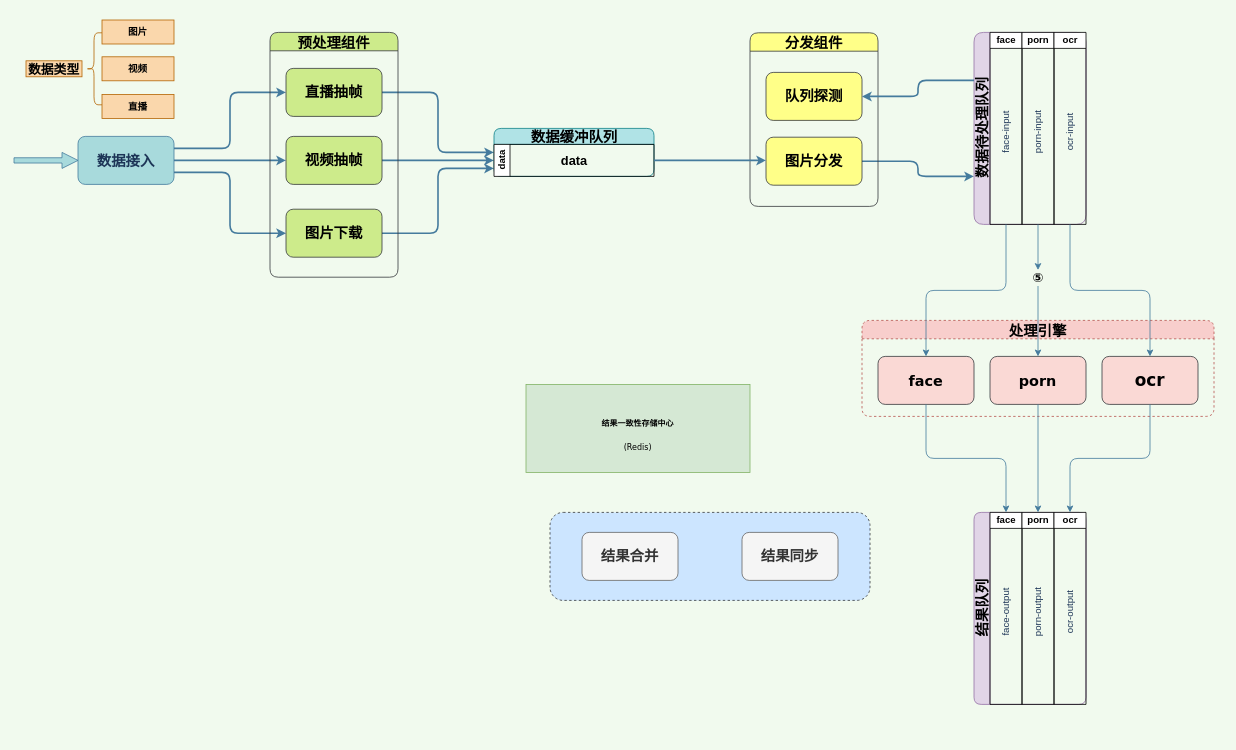
Before: engine_system/engine_system_architecture_v2.drawio in xwzj01ht/diagrams, a draw.io diagram. Source tidied: cells renumbered, new cells numbered last; positions are measured from the earlier drawing's top-left corner, leaving out a move shared by most shapes. Both pictures are drawn from the tidied source at 80%, with x=0, y=0 at pixel (14, 19).
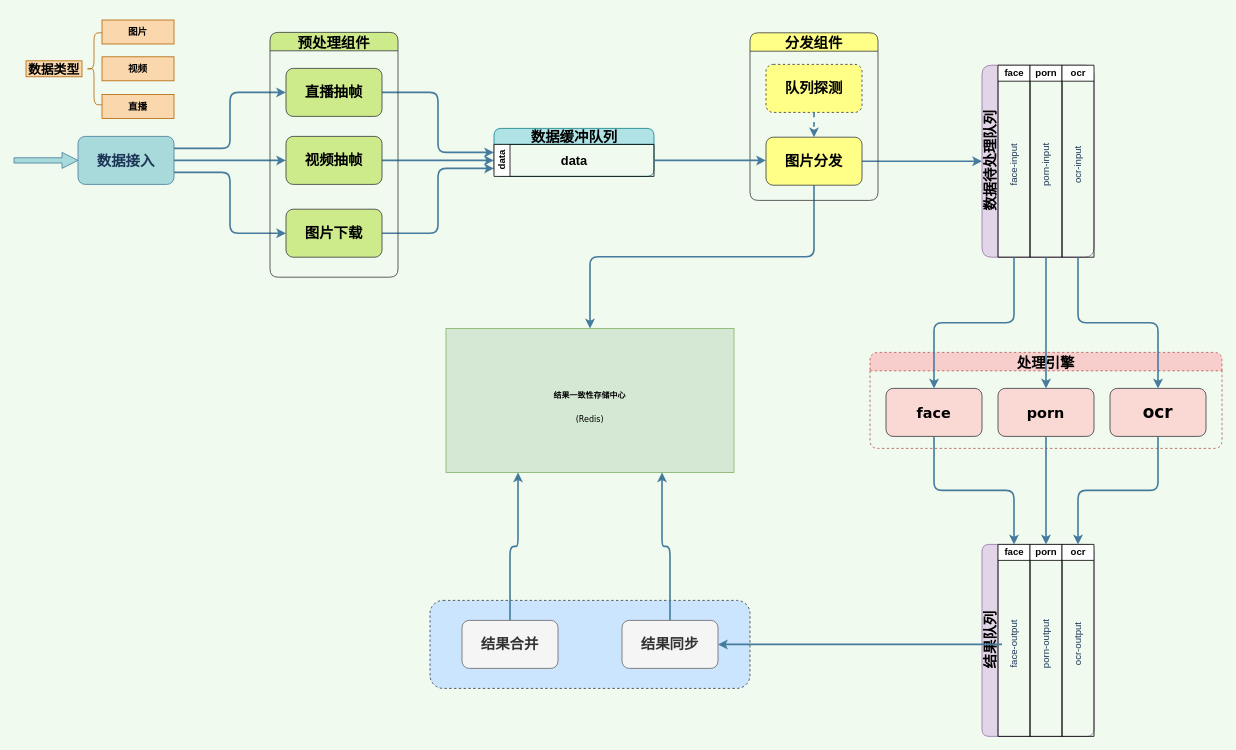
After the change.

Unchanged cells that the change refers to:
```xml
<mxCell id="20" value="&lt;h3 style=&quot;font-size: 18px&quot;&gt;图片分发&lt;/h3&gt;" style="rounded=1;whiteSpace=wrap;html=1;sketch=0;strokeColor=#36393d;fillColor=#ffff88;" parent="1" vertex="1">
  <mxGeometry x="940" y="147" width="120" height="60" as="geometry" />
</mxCell>
<mxCell id="22" value="&lt;h3&gt;&lt;font style=&quot;font-size: 18px&quot;&gt;face&lt;/font&gt;&lt;/h3&gt;" style="rounded=1;whiteSpace=wrap;html=1;shadow=0;glass=0;sketch=0;fillColor=#fad9d5;fontFamily=Verdana;fontSize=18;strokeColor=#36393D;" parent="21" vertex="1">
  <mxGeometry x="20" y="45" width="120" height="60" as="geometry" />
</mxCell>
<mxCell id="23" value="&lt;h3&gt;&lt;font style=&quot;font-size: 18px&quot;&gt;porn&lt;/font&gt;&lt;/h3&gt;" style="rounded=1;whiteSpace=wrap;html=1;shadow=0;glass=0;sketch=0;fillColor=#fad9d5;fontFamily=Verdana;fontSize=18;strokeColor=#36393D;" parent="21" vertex="1">
  <mxGeometry x="160" y="45" width="120" height="60" as="geometry" />
</mxCell>
<mxCell id="24" value="&lt;h3&gt;ocr&lt;/h3&gt;" style="rounded=1;whiteSpace=wrap;html=1;shadow=0;glass=0;sketch=0;fillColor=#fad9d5;fontFamily=Verdana;fontSize=18;strokeColor=#36393D;" parent="21" vertex="1">
  <mxGeometry x="300" y="45" width="120" height="60" as="geometry" />
</mxCell>
<mxCell id="29" value="data" style="swimlane;html=1;startSize=20;horizontal=0;" parent="28" vertex="1">
  <mxGeometry y="20" width="200" height="40" as="geometry" />
</mxCell>
<mxCell id="35" value="face" style="swimlane;html=1;startSize=20;" parent="34" vertex="1">
  <mxGeometry x="20" width="40" height="240" as="geometry" />
</mxCell>
<mxCell id="37" value="porn" style="swimlane;html=1;startSize=20;" parent="34" vertex="1">
  <mxGeometry x="60" width="40" height="240" as="geometry" />
</mxCell>
<mxCell id="39" value="ocr" style="swimlane;html=1;startSize=20;" parent="34" vertex="1">
  <mxGeometry x="100" width="40" height="240" as="geometry" />
</mxCell>
<mxCell id="42" value="face" style="swimlane;html=1;startSize=20;" parent="41" vertex="1">
  <mxGeometry x="20" width="40" height="240" as="geometry" />
</mxCell>
<mxCell id="43" value="face-output" style="text;html=1;align=center;verticalAlign=middle;points=[];fontColor=#1D3557;horizontal=0;" parent="42" vertex="1">
  <mxGeometry x="5" y="90" width="30" height="70" as="geometry" />
</mxCell>
<mxCell id="44" value="porn" style="swimlane;html=1;startSize=20;" parent="41" vertex="1">
  <mxGeometry x="60" width="40" height="240" as="geometry" />
</mxCell>
<mxCell id="46" value="ocr" style="swimlane;html=1;startSize=20;" parent="41" vertex="1">
  <mxGeometry x="100" width="40" height="240" as="geometry" />
</mxCell>
```

Change to the diagram source:
```diff
@@
     <mxCell id="2" style="rounded=1;whiteSpace=wrap;html=1;strokeColor=#36393d;strokeWidth=1;fillColor=#cce5ff;dashed=1;" parent="1" vertex="1">
-      <mxGeometry x="670" y="616" width="400" height="110" as="geometry" />
+      <mxGeometry x="520" y="726" width="400" height="110" as="geometry" />
     </mxCell>
@@
-    <mxCell id="19" style="edgeStyle=orthogonalEdgeStyle;rounded=1;jettySize=auto;html=1;exitX=1;exitY=0.5;exitDx=0;exitDy=0;entryX=0;entryY=0.75;entryDx=0;entryDy=0;strokeColor=#457B9D;strokeWidth=2;" parent="1" edge="1" source="20" target="34">
+    <mxCell id="19" style="edgeStyle=orthogonalEdgeStyle;rounded=1;jettySize=auto;html=1;exitX=1;exitY=0.5;exitDx=0;exitDy=0;entryX=0;entryY=0.5;entryDx=0;entryDy=0;strokeColor=#457B9D;strokeWidth=2;" parent="1" edge="1" source="20" target="34">
       <mxGeometry relative="1" as="geometry" />
     </mxCell>
+    <mxCell id="58" style="edgeStyle=orthogonalEdgeStyle;rounded=1;jettySize=auto;html=1;exitX=0.5;exitY=1;exitDx=0;exitDy=0;entryX=0.5;entryY=0;entryDx=0;entryDy=0;strokeColor=#457B9D;strokeWidth=2;" parent="1" edge="1" source="20" target="25">
+      <mxGeometry relative="1" as="geometry" />
+    </mxCell>
@@
     <mxCell id="21" value="处理引擎" style="swimlane;rounded=1;shadow=0;glass=0;dashed=1;sketch=0;strokeColor=#b85450;fillColor=#f8cecc;fontSize=18;fontFamily=Verdana;" parent="1" vertex="1">
-      <mxGeometry x="1060" y="376" width="440" height="120" as="geometry" />
+      <mxGeometry x="1070" y="416" width="440" height="120" as="geometry" />
     </mxCell>
@@
     <mxCell id="25" value="&lt;h3&gt;&lt;font face=&quot;Verdana&quot; size=&quot;1&quot;&gt;结果一致性存储中心&lt;/font&gt;&lt;/h3&gt;&lt;div&gt;&lt;font face=&quot;Verdana&quot; size=&quot;1&quot;&gt;(Redis)&lt;/font&gt;&lt;/div&gt;" style="rounded=0;whiteSpace=wrap;html=1;strokeColor=#82b366;strokeWidth=1;fillColor=#d5e8d4;" parent="1" vertex="1">
-      <mxGeometry x="640" y="456" width="280" height="110" as="geometry" />
+      <mxGeometry x="540" y="386" width="360" height="180" as="geometry" />
     </mxCell>
+    <mxCell id="59" style="edgeStyle=orthogonalEdgeStyle;rounded=1;jettySize=auto;html=1;exitX=0.5;exitY=0;exitDx=0;exitDy=0;entryX=0.75;entryY=1;entryDx=0;entryDy=0;strokeColor=#457B9D;strokeWidth=2;" parent="1" edge="1" source="26" target="25">
+      <mxGeometry relative="1" as="geometry" />
+    </mxCell>
     <mxCell id="26" value="&lt;h3 style=&quot;font-size: 18px&quot;&gt;&lt;font face=&quot;Verdana&quot;&gt;结果同步&lt;/font&gt;&lt;/h3&gt;" style="rounded=1;whiteSpace=wrap;html=1;strokeColor=#666666;strokeWidth=1;fillColor=#f5f5f5;fontColor=#333333;" parent="1" vertex="1">
-      <mxGeometry x="910" y="641" width="120" height="60" as="geometry" />
+      <mxGeometry x="760" y="751" width="120" height="60" as="geometry" />
     </mxCell>
+    <mxCell id="60" style="edgeStyle=orthogonalEdgeStyle;rounded=1;jettySize=auto;html=1;entryX=0.25;entryY=1;entryDx=0;entryDy=0;strokeColor=#457B9D;strokeWidth=2;" parent="1" edge="1" source="27" target="25">
+      <mxGeometry relative="1" as="geometry" />
+    </mxCell>
     <mxCell id="27" value="&lt;h3 style=&quot;font-size: 18px&quot;&gt;&lt;font face=&quot;Verdana&quot;&gt;结果合并&lt;/font&gt;&lt;/h3&gt;" style="rounded=1;whiteSpace=wrap;html=1;strokeColor=#666666;strokeWidth=1;fillColor=#f5f5f5;fontColor=#333333;" parent="1" vertex="1">
-      <mxGeometry x="710" y="641" width="120" height="60" as="geometry" />
+      <mxGeometry x="560" y="751" width="120" height="60" as="geometry" />
     </mxCell>
@@
     <mxCell id="32" value="分发组件" style="swimlane;rounded=1;fontFamily=Verdana;fontSize=18;fillColor=#ffff88;strokeColor=#36393d;startSize=23;" parent="1" vertex="1">
-      <mxGeometry x="920" y="16.5" width="160" height="217" as="geometry" />
+      <mxGeometry x="920" y="16.5" width="160" height="209.5" as="geometry" />
     </mxCell>
-    <mxCell id="33" value="&lt;h3&gt;&lt;font style=&quot;font-size: 18px&quot;&gt;队列探测&lt;/font&gt;&lt;/h3&gt;" style="rounded=1;whiteSpace=wrap;html=1;fontFamily=Verdana;fontSize=16;fillColor=#ffff88;strokeColor=#36393d;" parent="32" vertex="1">
-      <mxGeometry x="20" y="49.5" width="120" height="60" as="geometry" />
+    <mxCell id="33" value="&lt;h3&gt;&lt;font style=&quot;font-size: 18px&quot;&gt;队列探测&lt;/font&gt;&lt;/h3&gt;" style="rounded=1;whiteSpace=wrap;html=1;fontFamily=Verdana;fontSize=16;fillColor=#ffff88;strokeColor=#36393d;dashed=1;" parent="32" vertex="1">
+      <mxGeometry x="20" y="39.5" width="120" height="60" as="geometry" />
     </mxCell>
     <mxCell id="34" value="&lt;h3&gt;&lt;font style=&quot;font-size: 18px&quot; face=&quot;Verdana&quot;&gt;数据待处理队列&lt;/font&gt;&lt;/h3&gt;" style="swimlane;html=1;startSize=20;horizontal=0;fillColor=#e1d5e7;strokeColor=#9673a6;rounded=1;arcSize=20;" parent="1" vertex="1">
-      <mxGeometry x="1200" y="16" width="140" height="240" as="geometry" />
+      <mxGeometry x="1210" y="57" width="140" height="240" as="geometry" />
     </mxCell>
@@
     <mxCell id="41" value="&lt;h3&gt;&lt;font style=&quot;font-size: 18px&quot; face=&quot;Verdana&quot;&gt;结果队列&lt;/font&gt;&lt;/h3&gt;" style="swimlane;html=1;startSize=20;horizontal=0;fillColor=#e1d5e7;strokeColor=#9673a6;rounded=1;" parent="1" vertex="1">
-      <mxGeometry x="1200" y="616" width="140" height="240" as="geometry" />
+      <mxGeometry x="1210" y="656" width="140" height="240" as="geometry" />
     </mxCell>
@@
-    <mxCell id="48" style="edgeStyle=orthogonalEdgeStyle;rounded=1;jettySize=auto;html=1;exitX=0.5;exitY=1;exitDx=0;exitDy=0;entryX=0.5;entryY=0;entryDx=0;entryDy=0;strokeColor=#457B9D;fontFamily=Verdana;fontSize=18;" parent="1" edge="1" source="54" target="23">
-      <mxGeometry relative="1" as="geometry" />
-    </mxCell>
+    <mxCell id="56" style="edgeStyle=orthogonalEdgeStyle;rounded=1;jettySize=auto;html=1;exitX=1;exitY=0.5;exitDx=0;exitDy=0;strokeColor=#457B9D;strokeWidth=2;" parent="1" edge="1" source="29">
+      <mxGeometry relative="1" as="geometry">
+        <mxPoint x="940" y="176" as="targetPoint" />
+      </mxGeometry>
+    </mxCell>
+    <mxCell id="61" style="edgeStyle=orthogonalEdgeStyle;rounded=1;jettySize=auto;html=1;exitX=0.5;exitY=1;exitDx=0;exitDy=0;entryX=0.5;entryY=0;entryDx=0;entryDy=0;strokeColor=#457B9D;strokeWidth=2;dashed=1;" parent="1" edge="1" source="33" target="20">
+      <mxGeometry relative="1" as="geometry" />
+    </mxCell>
+    <mxCell id="62" style="edgeStyle=orthogonalEdgeStyle;rounded=1;jettySize=auto;html=1;exitX=0.5;exitY=1;exitDx=0;exitDy=0;entryX=0.5;entryY=0;entryDx=0;entryDy=0;strokeColor=#457B9D;strokeWidth=2;" parent="1" edge="1" source="37" target="23">
+      <mxGeometry relative="1" as="geometry" />
+    </mxCell>
-    <mxCell id="49" style="edgeStyle=orthogonalEdgeStyle;rounded=1;jettySize=auto;html=1;exitX=0.5;exitY=1;exitDx=0;exitDy=0;entryX=0.5;entryY=0;entryDx=0;entryDy=0;strokeColor=#457B9D;fontFamily=Verdana;fontSize=18;" parent="1" edge="1" source="35" target="22">
+    <mxCell id="49" style="edgeStyle=orthogonalEdgeStyle;rounded=1;jettySize=auto;html=1;exitX=0.5;exitY=1;exitDx=0;exitDy=0;entryX=0.5;entryY=0;entryDx=0;entryDy=0;strokeColor=#457B9D;strokeWidth=2;" parent="1" edge="1" source="35" target="22">
       <mxGeometry relative="1" as="geometry" />
     </mxCell>
-    <mxCell id="50" style="edgeStyle=orthogonalEdgeStyle;rounded=1;jettySize=auto;html=1;exitX=0.5;exitY=1;exitDx=0;exitDy=0;entryX=0.5;entryY=0;entryDx=0;entryDy=0;strokeColor=#457B9D;fontFamily=Verdana;fontSize=18;" parent="1" edge="1" source="39" target="24">
+    <mxCell id="50" style="edgeStyle=orthogonalEdgeStyle;rounded=1;jettySize=auto;html=1;exitX=0.5;exitY=1;exitDx=0;exitDy=0;strokeColor=#457B9D;strokeWidth=2;" parent="1" edge="1" source="39" target="24">
       <mxGeometry relative="1" as="geometry" />
     </mxCell>
-    <mxCell id="51" style="edgeStyle=orthogonalEdgeStyle;rounded=1;jettySize=auto;html=1;exitX=0.5;exitY=1;exitDx=0;exitDy=0;entryX=0.5;entryY=0;entryDx=0;entryDy=0;strokeColor=#457B9D;fontFamily=Verdana;fontSize=18;" parent="1" edge="1" source="22" target="42">
+    <mxCell id="51" style="edgeStyle=orthogonalEdgeStyle;rounded=1;jettySize=auto;html=1;exitX=0.5;exitY=1;exitDx=0;exitDy=0;entryX=0.5;entryY=0;entryDx=0;entryDy=0;strokeColor=#457B9D;strokeWidth=2;" parent="1" edge="1" source="22" target="42">
       <mxGeometry relative="1" as="geometry" />
     </mxCell>
-    <mxCell id="52" style="edgeStyle=orthogonalEdgeStyle;rounded=1;jettySize=auto;html=1;exitX=0.5;exitY=1;exitDx=0;exitDy=0;entryX=0.5;entryY=0;entryDx=0;entryDy=0;strokeColor=#457B9D;fontFamily=Verdana;fontSize=18;" parent="1" edge="1" source="23" target="44">
+    <mxCell id="52" style="edgeStyle=orthogonalEdgeStyle;rounded=1;jettySize=auto;html=1;exitX=0.5;exitY=1;exitDx=0;exitDy=0;entryX=0.5;entryY=0;entryDx=0;entryDy=0;strokeColor=#457B9D;strokeWidth=2;" parent="1" edge="1" source="23" target="44">
       <mxGeometry relative="1" as="geometry" />
     </mxCell>
-    <mxCell id="53" style="edgeStyle=orthogonalEdgeStyle;rounded=1;jettySize=auto;html=1;exitX=0.5;exitY=1;exitDx=0;exitDy=0;entryX=0.5;entryY=0;entryDx=0;entryDy=0;strokeColor=#457B9D;fontFamily=Verdana;fontSize=18;" parent="1" edge="1" source="24" target="46">
+    <mxCell id="53" style="edgeStyle=orthogonalEdgeStyle;rounded=1;jettySize=auto;html=1;exitX=0.5;exitY=1;exitDx=0;exitDy=0;entryX=0.5;entryY=0;entryDx=0;entryDy=0;strokeColor=#457B9D;strokeWidth=2;" parent="1" edge="1" source="24" target="46">
       <mxGeometry relative="1" as="geometry" />
     </mxCell>
-    <mxCell id="54" value="⑤" style="text;html=1;strokeColor=none;fillColor=none;align=center;verticalAlign=middle;whiteSpace=wrap;rounded=0;fontFamily=Verdana;fontSize=16;fontStyle=1;" parent="1" vertex="1">
-      <mxGeometry x="1260" y="313" width="40" height="20" as="geometry" />
-    </mxCell>
-    <mxCell id="55" style="edgeStyle=orthogonalEdgeStyle;rounded=1;jettySize=auto;html=1;exitX=0.5;exitY=1;exitDx=0;exitDy=0;entryX=0.5;entryY=0;entryDx=0;entryDy=0;strokeColor=#457B9D;fontFamily=Verdana;fontSize=18;" parent="1" edge="1" source="37" target="54">
-      <mxGeometry relative="1" as="geometry" />
-    </mxCell>
-    <mxCell id="56" style="edgeStyle=orthogonalEdgeStyle;rounded=1;jettySize=auto;html=1;exitX=1;exitY=0.5;exitDx=0;exitDy=0;strokeColor=#457B9D;strokeWidth=2;" parent="1" edge="1" source="29">
-      <mxGeometry relative="1" as="geometry">
-        <mxPoint x="940" y="176" as="targetPoint" />
-      </mxGeometry>
-    </mxCell>
-    <mxCell id="57" style="edgeStyle=orthogonalEdgeStyle;rounded=1;jettySize=auto;html=1;exitX=0;exitY=0.25;exitDx=0;exitDy=0;entryX=1;entryY=0.5;entryDx=0;entryDy=0;strokeColor=#457B9D;strokeWidth=2;" parent="1" edge="1" source="34" target="33">
-      <mxGeometry relative="1" as="geometry" />
-    </mxCell>
+    <mxCell id="63" style="edgeStyle=orthogonalEdgeStyle;rounded=1;jettySize=auto;html=1;entryX=1;entryY=0.5;entryDx=0;entryDy=0;strokeColor=#457B9D;strokeWidth=2;" parent="1" edge="1" source="43" target="26">
+      <mxGeometry relative="1" as="geometry" />
+    </mxCell>
```
